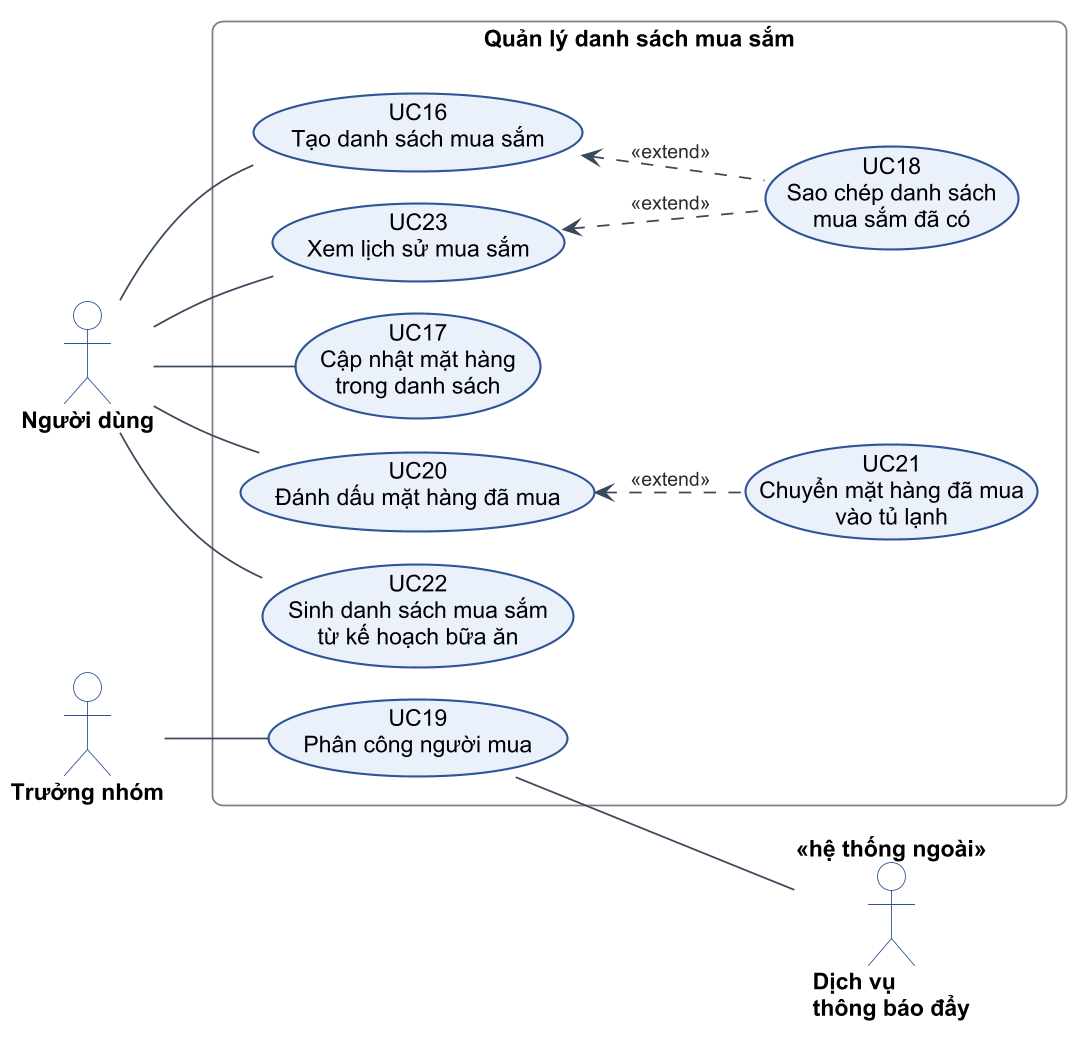
Above: figures/diagrams/c2-07-uc-mua-sam.png in PhucNguyen204/report-project (PlantUML), before the change. Source of this version:
```plantuml
@startuml c2-07-uc-mua-sam
!include _style.iuml
left to right direction

actor "Người dùng" as U
actor "Trưởng nhóm" as L
actor "Dịch vụ\nthông báo đẩy" as PUSH <<hệ thống ngoài>>

rectangle "Quản lý danh sách mua sắm" as B {
  usecase "UC16\nTạo danh sách mua sắm" as UC16
  usecase "UC23\nXem lịch sử mua sắm" as UC23
  usecase "UC17\nCập nhật mặt hàng\ntrong danh sách" as UC17
  usecase "UC20\nĐánh dấu mặt hàng đã mua" as UC20
  usecase "UC22\nSinh danh sách mua sắm\ntừ kế hoạch bữa ăn" as UC22
  usecase "UC19\nPhân công người mua" as UC19
  usecase "UC18\nSao chép danh sách\nmua sắm đã có" as UC18
  usecase "UC21\nChuyển mặt hàng đã mua\nvào tủ lạnh" as UC21
}

U -- UC16
U -- UC23
U -- UC17
U -- UC20
U -- UC22
L -- UC19
UC16 <.. UC18 : <<extend>>
UC23 <.. UC18 : <<extend>>
UC20 <.. UC21 : <<extend>>
UC19 -- PUSH
@enduml
```
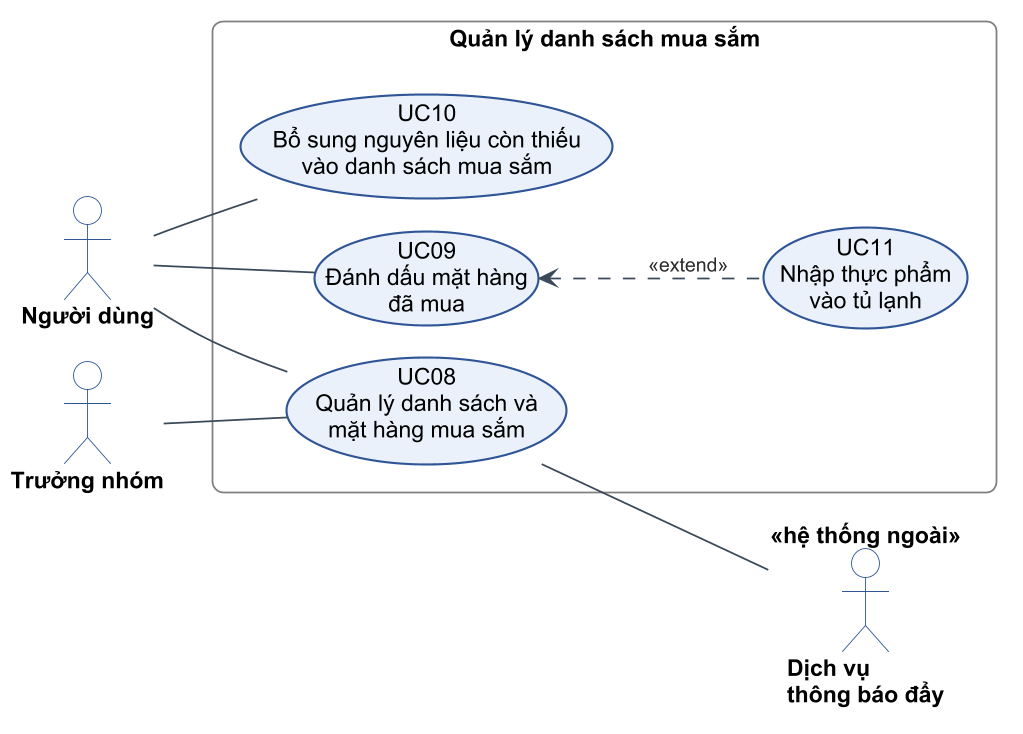
The same diagram one commit later.

Diff of the diagram source:
```diff
@@ -7,24 +7,16 @@
 actor "Dịch vụ\nthông báo đẩy" as PUSH <<hệ thống ngoài>>
 
 rectangle "Quản lý danh sách mua sắm" as B {
-  usecase "UC16\nTạo danh sách mua sắm" as UC16
-  usecase "UC23\nXem lịch sử mua sắm" as UC23
-  usecase "UC17\nCập nhật mặt hàng\ntrong danh sách" as UC17
-  usecase "UC20\nĐánh dấu mặt hàng đã mua" as UC20
-  usecase "UC22\nSinh danh sách mua sắm\ntừ kế hoạch bữa ăn" as UC22
-  usecase "UC19\nPhân công người mua" as UC19
-  usecase "UC18\nSao chép danh sách\nmua sắm đã có" as UC18
-  usecase "UC21\nChuyển mặt hàng đã mua\nvào tủ lạnh" as UC21
+  usecase "UC08\nQuản lý danh sách và\nmặt hàng mua sắm" as UC08
+  usecase "UC09\nĐánh dấu mặt hàng\nđã mua" as UC09
+  usecase "UC10\nBổ sung nguyên liệu còn thiếu\nvào danh sách mua sắm" as UC10
+  usecase "UC11\nNhập thực phẩm\nvào tủ lạnh" as UC11
 }
 
-U -- UC16
-U -- UC23
-U -- UC17
-U -- UC20
-U -- UC22
-L -- UC19
-UC16 <.. UC18 : <<extend>>
-UC23 <.. UC18 : <<extend>>
-UC20 <.. UC21 : <<extend>>
-UC19 -- PUSH
+U -- UC08
+L -- UC08
+U -- UC09
+U -- UC10
+UC09 <.. UC11 : <<extend>>
+UC08 -- PUSH
 @enduml
```
